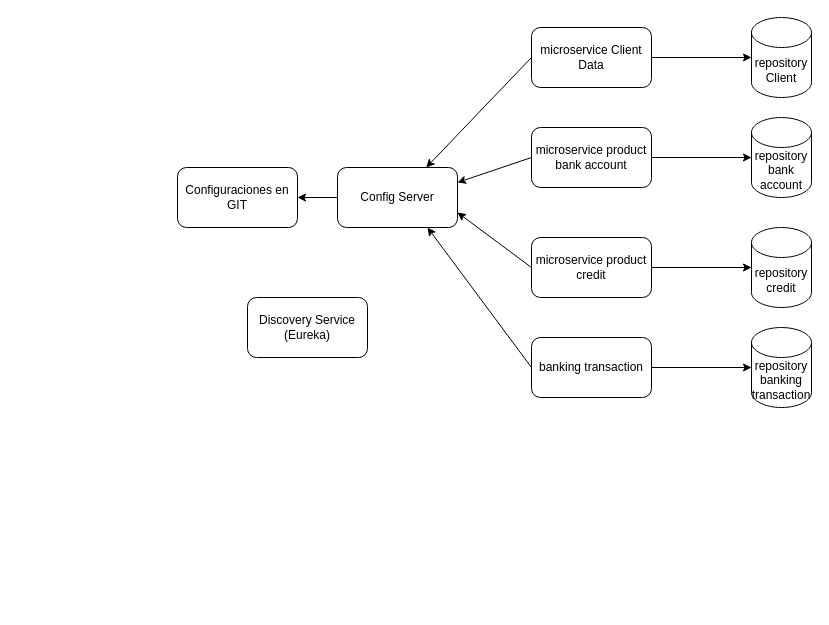
This is diagrama-microservicios-banco.drawio from jdbot/Project3-Microservicios, a draw.io file, before an edit. Source tidied: cells renumbered, new cells numbered last; positions are measured from the earlier drawing's top-left corner, leaving out a move shared by most shapes. Both pictures are drawn from the tidied source at 100%, with x=0, y=0 at pixel (177, 17).
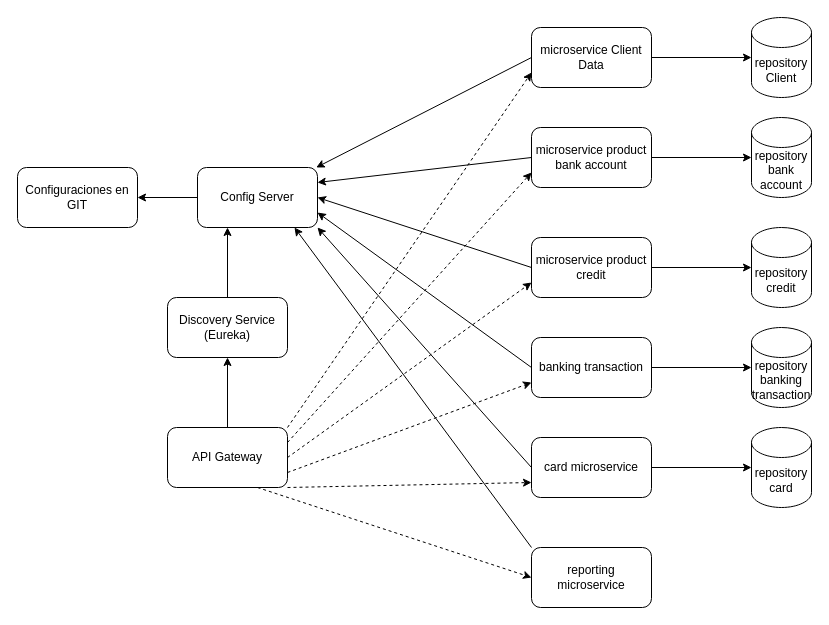
After the change.

Commit message (it also covers changes not shown here):
Actualizando cuadro

The change refers to these unchanged cells:
```xml
<mxCell id="3" value="microservice Client Data" style="rounded=1;whiteSpace=wrap;html=1;" parent="1" vertex="1">
  <mxGeometry x="354" y="10" width="120" height="60" as="geometry" />
</mxCell>
<mxCell id="4" value="microservice product bank account" style="rounded=1;whiteSpace=wrap;html=1;" parent="1" vertex="1">
  <mxGeometry x="354" y="110" width="120" height="60" as="geometry" />
</mxCell>
<mxCell id="6" value="microservice product credit" style="rounded=1;whiteSpace=wrap;html=1;" parent="1" vertex="1">
  <mxGeometry x="354" y="220" width="120" height="60" as="geometry" />
</mxCell>
<mxCell id="7" value="banking transaction" style="rounded=1;whiteSpace=wrap;html=1;" parent="1" vertex="1">
  <mxGeometry x="354" y="320" width="120" height="60" as="geometry" />
</mxCell>
```

Change to the diagram source:
```diff
@@
+    <mxCell id="22" style="rounded=0;jettySize=auto;html=1;exitX=1;exitY=0;exitDx=0;exitDy=0;entryX=0;entryY=0.75;entryDx=0;entryDy=0;dashed=1;strokeColor=default;" parent="1" edge="1" source="30" target="3">
+      <mxGeometry relative="1" as="geometry" />
+    </mxCell>
@@
     <mxCell id="15" value="Config Server" style="rounded=1;whiteSpace=wrap;html=1;" parent="1" vertex="1">
-      <mxGeometry x="160" y="150" width="120" height="60" as="geometry" />
+      <mxGeometry x="20" y="150" width="120" height="60" as="geometry" />
     </mxCell>
@@
-    <mxCell id="18" style="endArrow=classic;html=1;rounded=0;exitX=0;exitY=0.5;exitDx=0;exitDy=0;entryX=1;entryY=0.75;entryDx=0;entryDy=0;" parent="1" edge="1" source="6" target="15">
+    <mxCell id="18" style="endArrow=classic;html=1;rounded=0;exitX=0;exitY=0.5;exitDx=0;exitDy=0;entryX=1;entryY=0.5;entryDx=0;entryDy=0;" parent="1" edge="1" source="6" target="15">
       <mxGeometry relative="1" as="geometry" />
     </mxCell>
-    <mxCell id="19" style="endArrow=classic;html=1;rounded=0;exitX=0;exitY=0.5;exitDx=0;exitDy=0;entryX=0.75;entryY=1;entryDx=0;entryDy=0;" parent="1" edge="1" source="7" target="15">
+    <mxCell id="19" style="endArrow=classic;html=1;rounded=0;exitX=0;exitY=0.5;exitDx=0;exitDy=0;entryX=1;entryY=0.75;entryDx=0;entryDy=0;" parent="1" edge="1" source="7" target="15">
       <mxGeometry relative="1" as="geometry" />
     </mxCell>
     <mxCell id="20" value="Configuraciones en GIT" style="rounded=1;whiteSpace=wrap;html=1;" parent="1" vertex="1">
-      <mxGeometry y="150" width="120" height="60" as="geometry" />
+      <mxGeometry x="-160" y="150" width="120" height="60" as="geometry" />
     </mxCell>
+    <mxCell id="23" style="edgeStyle=orthogonalEdgeStyle;rounded=0;jettySize=auto;html=1;exitX=0.5;exitY=0;exitDx=0;exitDy=0;entryX=0.25;entryY=1;entryDx=0;entryDy=0;" parent="1" edge="1" source="21" target="15">
+      <mxGeometry relative="1" as="geometry" />
+    </mxCell>
     <mxCell id="21" value="Discovery Service (Eureka)" style="rounded=1;whiteSpace=wrap;html=1;" parent="1" vertex="1">
-      <mxGeometry x="70" y="280" width="120" height="60" as="geometry" />
+      <mxGeometry x="-10" y="280" width="120" height="60" as="geometry" />
     </mxCell>
+    <mxCell id="24" style="edgeStyle=none;rounded=0;jettySize=auto;html=1;exitX=0.5;exitY=0;exitDx=0;exitDy=0;entryX=0.5;entryY=1;entryDx=0;entryDy=0;" parent="1" edge="1" source="30" target="21">
+      <mxGeometry relative="1" as="geometry" />
+    </mxCell>
+    <mxCell id="25" style="edgeStyle=none;rounded=0;jettySize=auto;html=1;exitX=1;exitY=0.25;exitDx=0;exitDy=0;entryX=0;entryY=0.75;entryDx=0;entryDy=0;dashed=1;strokeColor=default;" parent="1" edge="1" source="30" target="4">
+      <mxGeometry relative="1" as="geometry" />
+    </mxCell>
+    <mxCell id="26" style="edgeStyle=none;rounded=0;jettySize=auto;html=1;exitX=1;exitY=0.5;exitDx=0;exitDy=0;entryX=0;entryY=0.75;entryDx=0;entryDy=0;dashed=1;strokeColor=default;" parent="1" edge="1" source="30" target="6">
+      <mxGeometry relative="1" as="geometry" />
+    </mxCell>
+    <mxCell id="27" style="edgeStyle=none;rounded=0;jettySize=auto;html=1;exitX=1;exitY=0.75;exitDx=0;exitDy=0;entryX=0;entryY=0.75;entryDx=0;entryDy=0;dashed=1;strokeColor=default;" parent="1" edge="1" source="30" target="7">
+      <mxGeometry relative="1" as="geometry" />
+    </mxCell>
+    <mxCell id="28" style="edgeStyle=none;rounded=0;jettySize=auto;html=1;exitX=1;exitY=1;exitDx=0;exitDy=0;entryX=0;entryY=0.75;entryDx=0;entryDy=0;dashed=1;strokeColor=default;" parent="1" edge="1" source="30" target="35">
+      <mxGeometry relative="1" as="geometry" />
+    </mxCell>
+    <mxCell id="29" style="edgeStyle=none;rounded=0;jettySize=auto;html=1;exitX=0.75;exitY=1;exitDx=0;exitDy=0;entryX=0;entryY=0.5;entryDx=0;entryDy=0;dashed=1;strokeColor=default;" parent="1" edge="1" source="30" target="32">
+      <mxGeometry relative="1" as="geometry" />
+    </mxCell>
+    <mxCell id="30" value="API Gateway" style="rounded=1;whiteSpace=wrap;html=1;" parent="1" vertex="1">
+      <mxGeometry x="-10" y="410" width="120" height="60" as="geometry" />
+    </mxCell>
+    <mxCell id="31" style="edgeStyle=none;rounded=0;jettySize=auto;html=1;exitX=0;exitY=0;exitDx=0;exitDy=0;entryX=0.808;entryY=1;entryDx=0;entryDy=0;entryPerimeter=0;" parent="1" edge="1" source="32" target="15">
+      <mxGeometry relative="1" as="geometry" />
+    </mxCell>
+    <mxCell id="32" value="reporting microservice" style="rounded=1;whiteSpace=wrap;html=1;" parent="1" vertex="1">
+      <mxGeometry x="354" y="530" width="120" height="60" as="geometry" />
+    </mxCell>
+    <mxCell id="33" style="edgeStyle=none;rounded=0;jettySize=auto;html=1;exitX=1;exitY=0.5;exitDx=0;exitDy=0;entryX=0;entryY=0.5;entryDx=0;entryDy=0;entryPerimeter=0;" parent="1" edge="1" source="35" target="36">
+      <mxGeometry relative="1" as="geometry" />
+    </mxCell>
+    <mxCell id="34" style="edgeStyle=none;rounded=0;jettySize=auto;html=1;exitX=0;exitY=0.5;exitDx=0;exitDy=0;entryX=1;entryY=1;entryDx=0;entryDy=0;" parent="1" edge="1" source="35" target="15">
+      <mxGeometry relative="1" as="geometry" />
+    </mxCell>
+    <mxCell id="35" value="card microservice" style="rounded=1;whiteSpace=wrap;html=1;" parent="1" vertex="1">
+      <mxGeometry x="354" y="420" width="120" height="60" as="geometry" />
+    </mxCell>
+    <mxCell id="36" value="repository card" style="shape=cylinder3;whiteSpace=wrap;html=1;boundedLbl=1;backgroundOutline=1;size=15;" parent="1" vertex="1">
+      <mxGeometry x="574" y="410" width="60" height="80" as="geometry" />
+    </mxCell>
```
